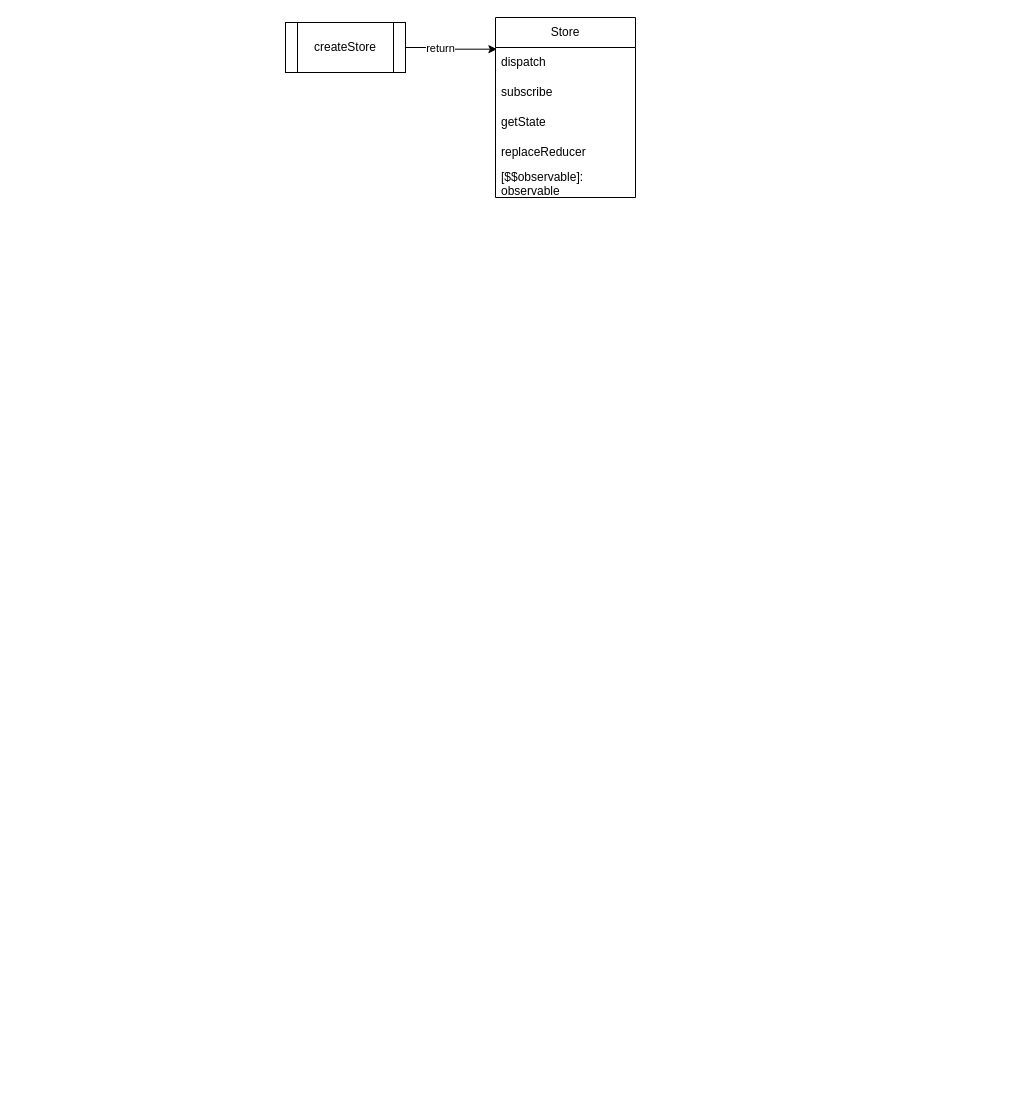
This is packages/redux/未命名绘图.drawio from Monoxt/learn, a draw.io file, before an edit. Source tidied: cells renumbered, new cells numbered last; positions are measured from the earlier drawing's top-left corner, leaving out a move shared by most shapes. Both pictures are drawn from the tidied source at 100%, with x=0, y=0 at pixel (285, 17).
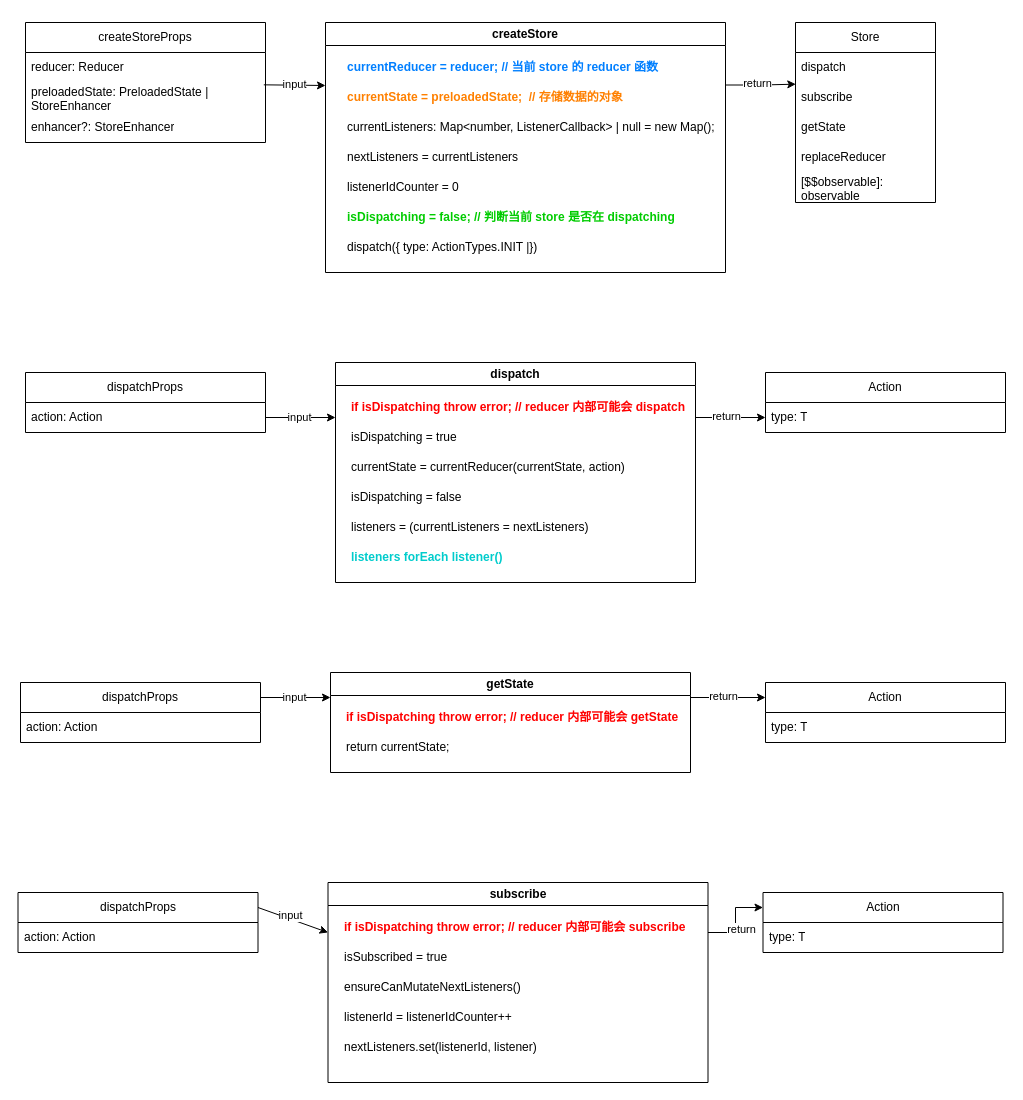
The same page after the edit.

The change refers to these unchanged cells:
```xml
<mxCell id="5" value="dispatch" style="text;strokeColor=none;fillColor=none;align=left;verticalAlign=middle;spacingLeft=4;spacingRight=4;overflow=hidden;points=[[0,0.5],[1,0.5]];portConstraint=eastwest;whiteSpace=wrap;html=1;" parent="4" vertex="1">
  <mxGeometry y="30" width="140" height="30" as="geometry" />
</mxCell>
<mxCell id="6" value="subscribe" style="text;strokeColor=none;fillColor=none;align=left;verticalAlign=middle;spacingLeft=4;spacingRight=4;overflow=hidden;points=[[0,0.5],[1,0.5]];portConstraint=eastwest;whiteSpace=wrap;html=1;" parent="4" vertex="1">
  <mxGeometry y="60" width="140" height="30" as="geometry" />
</mxCell>
```

Diff of the diagram source:
```diff
@@
-    <mxCell id="2" style="edgeStyle=orthogonalEdgeStyle;rounded=0;jettySize=auto;html=1;entryX=0.01;entryY=0.056;entryDx=0;entryDy=0;entryPerimeter=0;exitX=1;exitY=0.5;exitDx=0;exitDy=0;" parent="1" edge="1" source="10" target="5">
+    <mxCell id="2" style="edgeStyle=orthogonalEdgeStyle;rounded=0;jettySize=auto;html=1;entryX=0.002;entryY=0.056;entryDx=0;entryDy=0;exitX=1;exitY=0.25;exitDx=0;exitDy=0;entryPerimeter=0;" parent="1" edge="1" source="10" target="6">
       <mxGeometry relative="1" as="geometry" />
     </mxCell>
     <mxCell id="3" value="return" style="edgeLabel;html=1;align=center;verticalAlign=middle;" parent="2" vertex="1">
-      <mxGeometry x="-0.28" relative="1" as="geometry" />
+      <mxGeometry x="-0.28" relative="1" as="geometry">
+        <mxPoint x="5" y="-2" as="offset" />
+      </mxGeometry>
     </mxCell>
     <mxCell id="4" value="Store" style="swimlane;fontStyle=0;horizontal=1;startSize=30;whiteSpace=wrap;html=1;" parent="1" vertex="1">
-      <mxGeometry x="210" width="140" height="180" as="geometry" />
+      <mxGeometry x="510" y="5" width="140" height="180" as="geometry" />
     </mxCell>
@@
+    <mxCell id="11" style="endArrow=classic;html=1;rounded=0;exitX=0.993;exitY=1.078;exitDx=0;exitDy=0;exitPerimeter=0;" parent="1" edge="1" source="14">
+      <mxGeometry relative="1" as="geometry">
+        <mxPoint x="40" y="68" as="targetPoint" />
+      </mxGeometry>
+    </mxCell>
+    <mxCell id="12" value="input" style="edgeLabel;html=1;align=center;verticalAlign=middle;" parent="11" vertex="1">
+      <mxGeometry x="-0.29" y="-1" relative="1" as="geometry">
+        <mxPoint x="8" y="-2" as="offset" />
+      </mxGeometry>
+    </mxCell>
+    <mxCell id="13" value="createStoreProps" style="swimlane;fontStyle=0;horizontal=1;startSize=30;whiteSpace=wrap;html=1;" parent="1" vertex="1">
+      <mxGeometry x="-260" y="5" width="240" height="120" as="geometry" />
+    </mxCell>
+    <mxCell id="14" value="reducer: Reducer" style="text;strokeColor=none;fillColor=none;align=left;verticalAlign=middle;spacingLeft=4;spacingRight=4;overflow=hidden;points=[[0,0.5],[1,0.5]];portConstraint=eastwest;whiteSpace=wrap;html=1;" parent="13" vertex="1">
+      <mxGeometry y="30" width="240" height="30" as="geometry" />
+    </mxCell>
+    <mxCell id="15" value="preloadedState: PreloadedState | StoreEnhancer" style="text;strokeColor=none;fillColor=none;align=left;verticalAlign=middle;spacingLeft=4;spacingRight=4;overflow=hidden;whiteSpace=wrap;html=1;" parent="13" vertex="1">
+      <mxGeometry y="60" width="240" height="30" as="geometry" />
+    </mxCell>
+    <mxCell id="16" value="enhancer?: StoreEnhancer" style="text;strokeColor=none;fillColor=none;align=left;verticalAlign=middle;spacingLeft=4;spacingRight=4;overflow=hidden;whiteSpace=wrap;html=1;" parent="13" vertex="1">
+      <mxGeometry y="90" width="240" height="30" as="geometry" />
+    </mxCell>
-    <mxCell id="10" value="createStore" style="shape=process;whiteSpace=wrap;html=1;backgroundOutline=1;strokeColor=default;" parent="1" vertex="1">
-      <mxGeometry y="5" width="120" height="50" as="geometry" />
+    <mxCell id="10" value="createStore" style="swimlane;whiteSpace=wrap;html=1;strokeColor=default;" parent="1" vertex="1">
+      <mxGeometry x="40" y="5" width="400" height="250" as="geometry" />
     </mxCell>
+    <mxCell id="17" value="currentReducer = reducer; // 当前 store 的 reducer 函数" style="text;html=1;align=left;verticalAlign=middle;strokeColor=none;fillColor=none;fontColor=#007FFF;fontStyle=1;" parent="10" vertex="1">
+      <mxGeometry x="20" y="30" width="330" height="30" as="geometry" />
+    </mxCell>
+    <mxCell id="18" value="&lt;b&gt;&lt;font&gt;currentState = preloadedState;&amp;nbsp; // 存储数据的对象&lt;/font&gt;&lt;/b&gt;" style="text;html=1;align=left;verticalAlign=middle;strokeColor=none;fillColor=none;fontColor=#FF8000;" parent="10" vertex="1">
+      <mxGeometry x="20" y="60" width="300" height="30" as="geometry" />
+    </mxCell>
+    <mxCell id="19" value="currentListeners: Map&amp;lt;number, ListenerCallback&amp;gt; | null = new Map();" style="text;html=1;align=left;verticalAlign=middle;strokeColor=none;fillColor=none;" parent="10" vertex="1">
+      <mxGeometry x="20" y="90" width="390" height="30" as="geometry" />
+    </mxCell>
+    <mxCell id="20" value="nextListeners = currentListeners" style="text;html=1;align=left;verticalAlign=middle;strokeColor=none;fillColor=none;" parent="10" vertex="1">
+      <mxGeometry x="20" y="120" width="190" height="30" as="geometry" />
+    </mxCell>
+    <mxCell id="21" value="listenerIdCounter = 0" style="text;html=1;align=left;verticalAlign=middle;strokeColor=none;fillColor=none;" parent="10" vertex="1">
+      <mxGeometry x="20" y="150" width="140" height="30" as="geometry" />
+    </mxCell>
+    <mxCell id="22" value="isDispatching = false; // 判断当前 store 是否在 dispatching" style="text;html=1;align=left;verticalAlign=middle;strokeColor=none;fillColor=none;fontStyle=1;fontColor=#00CC00;" parent="10" vertex="1">
+      <mxGeometry x="20" y="180" width="350" height="30" as="geometry" />
+    </mxCell>
+    <mxCell id="23" value="dispatch({ type: ActionTypes.INIT |})" style="text;html=1;align=left;verticalAlign=middle;strokeColor=none;fillColor=none;" parent="10" vertex="1">
+      <mxGeometry x="20" y="210" width="210" height="30" as="geometry" />
+    </mxCell>
+    <mxCell id="24" value="dispatch" style="swimlane;whiteSpace=wrap;html=1;strokeColor=default;" parent="1" vertex="1">
+      <mxGeometry x="50" y="345" width="360" height="220" as="geometry" />
+    </mxCell>
+    <mxCell id="25" value="if isDispatching throw error; // reducer 内部可能会 dispatch" style="text;strokeColor=none;fillColor=none;align=left;verticalAlign=middle;spacingLeft=4;spacingRight=4;overflow=hidden;whiteSpace=wrap;html=1;fontColor=#FF0000;fontStyle=1;" parent="24" vertex="1">
+      <mxGeometry x="10" y="30" width="350" height="30" as="geometry" />
+    </mxCell>
+    <mxCell id="26" value="isDispatching = true" style="text;strokeColor=none;fillColor=none;align=left;verticalAlign=middle;spacingLeft=4;spacingRight=4;overflow=hidden;whiteSpace=wrap;html=1;" parent="24" vertex="1">
+      <mxGeometry x="10" y="60" width="130" height="30" as="geometry" />
+    </mxCell>
+    <mxCell id="27" value="currentState = currentReducer(currentState, action)" style="text;strokeColor=none;fillColor=none;align=left;verticalAlign=middle;spacingLeft=4;spacingRight=4;overflow=hidden;whiteSpace=wrap;html=1;" parent="24" vertex="1">
+      <mxGeometry x="10" y="90" width="290" height="30" as="geometry" />
+    </mxCell>
+    <mxCell id="28" value="isDispatching = false" style="text;strokeColor=none;fillColor=none;align=left;verticalAlign=middle;spacingLeft=4;spacingRight=4;overflow=hidden;whiteSpace=wrap;html=1;" parent="24" vertex="1">
+      <mxGeometry x="10" y="120" width="290" height="30" as="geometry" />
+    </mxCell>
+    <mxCell id="29" value="listeners = (currentListeners = nextListeners)" style="text;strokeColor=none;fillColor=none;align=left;verticalAlign=middle;spacingLeft=4;spacingRight=4;overflow=hidden;whiteSpace=wrap;html=1;" parent="24" vertex="1">
+      <mxGeometry x="10" y="150" width="290" height="30" as="geometry" />
+    </mxCell>
+    <mxCell id="30" value="listeners forEach listener()" style="text;strokeColor=none;fillColor=none;align=left;verticalAlign=middle;spacingLeft=4;spacingRight=4;overflow=hidden;whiteSpace=wrap;html=1;fontColor=#00CCCC;fontStyle=1;" parent="24" vertex="1">
+      <mxGeometry x="10" y="180" width="290" height="30" as="geometry" />
+    </mxCell>
+    <mxCell id="31" value="dispatchProps" style="swimlane;fontStyle=0;horizontal=1;startSize=30;whiteSpace=wrap;html=1;" parent="1" vertex="1">
+      <mxGeometry x="-260" y="355" width="240" height="60" as="geometry" />
+    </mxCell>
+    <mxCell id="32" value="action: Action" style="text;strokeColor=none;fillColor=none;align=left;verticalAlign=middle;spacingLeft=4;spacingRight=4;overflow=hidden;points=[[0,0.5],[1,0.5]];portConstraint=eastwest;whiteSpace=wrap;html=1;" parent="31" vertex="1">
+      <mxGeometry y="30" width="240" height="30" as="geometry" />
+    </mxCell>
+    <mxCell id="33" value="Action" style="swimlane;fontStyle=0;horizontal=1;startSize=30;whiteSpace=wrap;html=1;" parent="1" vertex="1">
+      <mxGeometry x="480" y="355" width="240" height="60" as="geometry" />
+    </mxCell>
+    <mxCell id="34" value="type: T" style="text;strokeColor=none;fillColor=none;align=left;verticalAlign=middle;spacingLeft=4;spacingRight=4;overflow=hidden;points=[[0,0.5],[1,0.5]];portConstraint=eastwest;whiteSpace=wrap;html=1;" parent="33" vertex="1">
+      <mxGeometry y="30" width="240" height="30" as="geometry" />
+    </mxCell>
+    <mxCell id="35" style="endArrow=classic;html=1;rounded=0;exitX=1;exitY=0.5;exitDx=0;exitDy=0;entryX=0;entryY=0.25;entryDx=0;entryDy=0;" parent="1" edge="1" source="32" target="24">
+      <mxGeometry relative="1" as="geometry" />
+    </mxCell>
+    <mxCell id="36" value="input" style="edgeLabel;html=1;align=center;verticalAlign=middle;" parent="35" vertex="1">
+      <mxGeometry x="-0.29" y="-1" relative="1" as="geometry">
+        <mxPoint x="8" y="-2" as="offset" />
+      </mxGeometry>
+    </mxCell>
+    <mxCell id="37" style="edgeStyle=orthogonalEdgeStyle;rounded=0;jettySize=auto;html=1;entryX=0;entryY=0.5;entryDx=0;entryDy=0;exitX=1;exitY=0.25;exitDx=0;exitDy=0;" parent="1" edge="1" source="24" target="34">
+      <mxGeometry relative="1" as="geometry" />
+    </mxCell>
+    <mxCell id="38" value="return" style="edgeLabel;html=1;align=center;verticalAlign=middle;" parent="37" vertex="1">
+      <mxGeometry x="-0.28" relative="1" as="geometry">
+        <mxPoint x="5" y="-2" as="offset" />
+      </mxGeometry>
+    </mxCell>
+    <mxCell id="39" value="getState" style="swimlane;whiteSpace=wrap;html=1;strokeColor=default;" parent="1" vertex="1">
+      <mxGeometry x="45" y="655" width="360" height="100" as="geometry" />
+    </mxCell>
+    <mxCell id="40" value="return currentState;" style="text;strokeColor=none;fillColor=none;align=left;verticalAlign=middle;spacingLeft=4;spacingRight=4;overflow=hidden;whiteSpace=wrap;html=1;" parent="39" vertex="1">
+      <mxGeometry x="10" y="60" width="130" height="30" as="geometry" />
+    </mxCell>
+    <mxCell id="41" value="if isDispatching throw error; // reducer 内部可能会 getState" style="text;strokeColor=none;fillColor=none;align=left;verticalAlign=middle;spacingLeft=4;spacingRight=4;overflow=hidden;whiteSpace=wrap;html=1;fontColor=#FF0000;fontStyle=1;" parent="39" vertex="1">
+      <mxGeometry x="10" y="30" width="350" height="30" as="geometry" />
+    </mxCell>
+    <mxCell id="42" value="dispatchProps" style="swimlane;fontStyle=0;horizontal=1;startSize=30;whiteSpace=wrap;html=1;" parent="1" vertex="1">
+      <mxGeometry x="-265" y="665" width="240" height="60" as="geometry" />
+    </mxCell>
+    <mxCell id="43" value="action: Action" style="text;strokeColor=none;fillColor=none;align=left;verticalAlign=middle;spacingLeft=4;spacingRight=4;overflow=hidden;whiteSpace=wrap;html=1;" parent="42" vertex="1">
+      <mxGeometry y="30" width="240" height="30" as="geometry" />
+    </mxCell>
+    <mxCell id="44" value="Action" style="swimlane;fontStyle=0;horizontal=1;startSize=30;whiteSpace=wrap;html=1;" parent="1" vertex="1">
+      <mxGeometry x="480" y="665" width="240" height="60" as="geometry" />
+    </mxCell>
+    <mxCell id="45" value="type: T" style="text;strokeColor=none;fillColor=none;align=left;verticalAlign=middle;spacingLeft=4;spacingRight=4;overflow=hidden;whiteSpace=wrap;html=1;" parent="44" vertex="1">
+      <mxGeometry y="30" width="240" height="30" as="geometry" />
+    </mxCell>
+    <mxCell id="46" style="endArrow=classic;html=1;rounded=0;exitX=1;exitY=0.25;exitDx=0;exitDy=0;entryX=0;entryY=0.25;entryDx=0;entryDy=0;" parent="1" edge="1" source="42" target="39">
+      <mxGeometry relative="1" as="geometry" />
+    </mxCell>
+    <mxCell id="47" value="input" style="edgeLabel;html=1;align=center;verticalAlign=middle;" parent="46" vertex="1">
+      <mxGeometry x="-0.29" y="-1" relative="1" as="geometry">
+        <mxPoint x="8" y="-2" as="offset" />
+      </mxGeometry>
+    </mxCell>
+    <mxCell id="48" style="edgeStyle=orthogonalEdgeStyle;rounded=0;jettySize=auto;html=1;entryX=0;entryY=0.25;entryDx=0;entryDy=0;exitX=1;exitY=0.25;exitDx=0;exitDy=0;" parent="1" edge="1" source="39" target="44">
+      <mxGeometry relative="1" as="geometry" />
+    </mxCell>
+    <mxCell id="49" value="return" style="edgeLabel;html=1;align=center;verticalAlign=middle;" parent="48" vertex="1">
+      <mxGeometry x="-0.28" relative="1" as="geometry">
+        <mxPoint x="5" y="-2" as="offset" />
+      </mxGeometry>
+    </mxCell>
+    <mxCell id="50" value="subscribe" style="swimlane;whiteSpace=wrap;html=1;strokeColor=default;" parent="1" vertex="1">
+      <mxGeometry x="42.5" y="865" width="380" height="200" as="geometry" />
+    </mxCell>
+    <mxCell id="51" value="isSubscribed = true" style="text;strokeColor=none;fillColor=none;align=left;verticalAlign=middle;spacingLeft=4;spacingRight=4;overflow=hidden;whiteSpace=wrap;html=1;" parent="50" vertex="1">
+      <mxGeometry x="10" y="60" width="130" height="30" as="geometry" />
+    </mxCell>
+    <mxCell id="52" value="if isDispatching throw error; // reducer 内部可能会 subscribe" style="text;strokeColor=none;fillColor=none;align=left;verticalAlign=middle;spacingLeft=4;spacingRight=4;overflow=hidden;whiteSpace=wrap;html=1;fontColor=#FF0000;fontStyle=1;" parent="50" vertex="1">
+      <mxGeometry x="10" y="30" width="360" height="30" as="geometry" />
+    </mxCell>
+    <mxCell id="53" value="ensureCanMutateNextListeners()" style="text;strokeColor=none;fillColor=none;align=left;verticalAlign=middle;spacingLeft=4;spacingRight=4;overflow=hidden;whiteSpace=wrap;html=1;" parent="50" vertex="1">
+      <mxGeometry x="10" y="90" width="230" height="30" as="geometry" />
+    </mxCell>
+    <mxCell id="54" value="listenerId = listenerIdCounter++" style="text;strokeColor=none;fillColor=none;align=left;verticalAlign=middle;spacingLeft=4;spacingRight=4;overflow=hidden;whiteSpace=wrap;html=1;" parent="50" vertex="1">
+      <mxGeometry x="10" y="120" width="230" height="30" as="geometry" />
+    </mxCell>
+    <mxCell id="55" value="nextListeners.set(listenerId, listener)" style="text;strokeColor=none;fillColor=none;align=left;verticalAlign=middle;spacingLeft=4;spacingRight=4;overflow=hidden;whiteSpace=wrap;html=1;" parent="50" vertex="1">
+      <mxGeometry x="10" y="150" width="230" height="30" as="geometry" />
+    </mxCell>
+    <mxCell id="56" value="dispatchProps" style="swimlane;fontStyle=0;horizontal=1;startSize=30;whiteSpace=wrap;html=1;" parent="1" vertex="1">
+      <mxGeometry x="-267.5" y="875" width="240" height="60" as="geometry" />
+    </mxCell>
+    <mxCell id="57" value="action: Action" style="text;strokeColor=none;fillColor=none;align=left;verticalAlign=middle;spacingLeft=4;spacingRight=4;overflow=hidden;whiteSpace=wrap;html=1;" parent="56" vertex="1">
+      <mxGeometry y="30" width="240" height="30" as="geometry" />
+    </mxCell>
+    <mxCell id="58" value="Action" style="swimlane;fontStyle=0;horizontal=1;startSize=30;whiteSpace=wrap;html=1;" parent="1" vertex="1">
+      <mxGeometry x="477.5" y="875" width="240" height="60" as="geometry" />
+    </mxCell>
+    <mxCell id="59" value="type: T" style="text;strokeColor=none;fillColor=none;align=left;verticalAlign=middle;spacingLeft=4;spacingRight=4;overflow=hidden;whiteSpace=wrap;html=1;" parent="58" vertex="1">
+      <mxGeometry y="30" width="240" height="30" as="geometry" />
+    </mxCell>
+    <mxCell id="60" style="endArrow=classic;html=1;rounded=0;exitX=1;exitY=0.25;exitDx=0;exitDy=0;entryX=0;entryY=0.25;entryDx=0;entryDy=0;" parent="1" edge="1" source="56" target="50">
+      <mxGeometry relative="1" as="geometry" />
+    </mxCell>
+    <mxCell id="61" value="input" style="edgeLabel;html=1;align=center;verticalAlign=middle;" parent="60" vertex="1">
+      <mxGeometry x="-0.29" y="-1" relative="1" as="geometry">
+        <mxPoint x="8" y="-2" as="offset" />
+      </mxGeometry>
+    </mxCell>
+    <mxCell id="62" style="edgeStyle=orthogonalEdgeStyle;rounded=0;jettySize=auto;html=1;entryX=0;entryY=0.25;entryDx=0;entryDy=0;exitX=1;exitY=0.25;exitDx=0;exitDy=0;" parent="1" edge="1" source="50" target="58">
+      <mxGeometry relative="1" as="geometry" />
+    </mxCell>
+    <mxCell id="63" value="return" style="edgeLabel;html=1;align=center;verticalAlign=middle;" parent="62" vertex="1">
+      <mxGeometry x="-0.28" relative="1" as="geometry">
+        <mxPoint x="5" y="-2" as="offset" />
+      </mxGeometry>
+    </mxCell>
```
